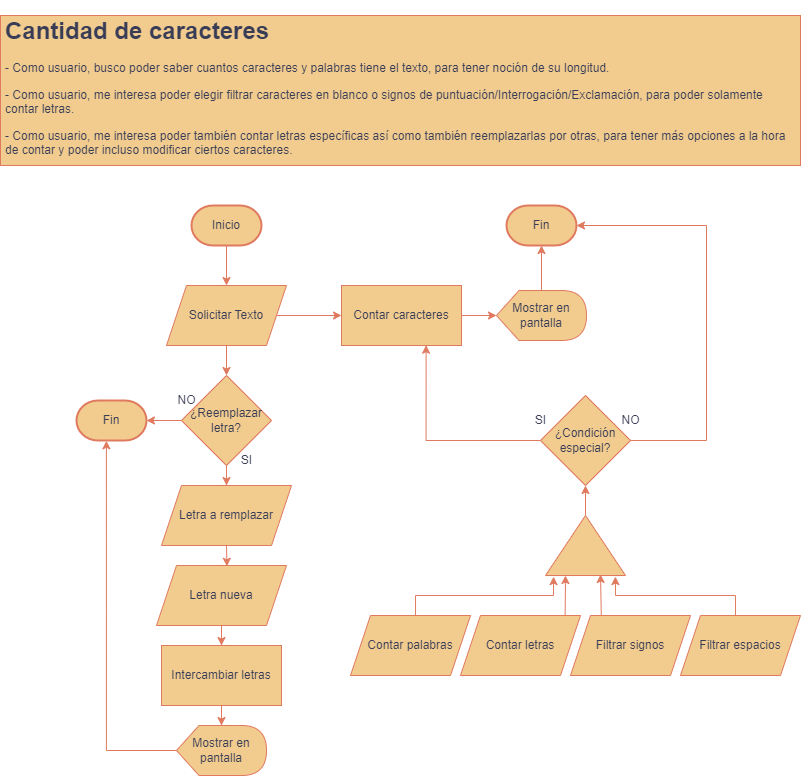
Alfacoy/Diagramas keeps this draw.io diagram as webtools/CantidadDeCaracteres.png. Above is the earlier version. Source tidied: cells renumbered, new cells last; positions are measured from the earlier drawing's top-left corner, leaving out a move shared by most shapes. Its diagram source:
```xml
<mxGraphModel background="#FFFFFF">
  <root>
    <mxCell id="0" />
    <mxCell id="1" parent="0" />
    <mxCell id="2" value="&lt;h1&gt;Cantidad de caracteres&lt;/h1&gt;&lt;p&gt;- Como usuario, busco poder saber cuantos caracteres y palabras tiene el texto, para tener noción de su longitud.&lt;/p&gt;&lt;p&gt;- Como usuario, me interesa poder elegir filtrar caracteres en blanco o signos de puntuación/Interrogación/Exclamación, para poder solamente contar letras.&lt;/p&gt;&lt;p&gt;- Como usuario, me interesa poder también contar letras específicas así como también reemplazarlas por otras, para tener más opciones a la hora de contar y poder incluso modificar ciertos caracteres.&lt;/p&gt;" style="text;html=1;strokeColor=#E07A5F;fillColor=#F2CC8F;spacing=5;spacingTop=-20;whiteSpace=wrap;overflow=hidden;rounded=0;align=left;verticalAlign=middle;fontStyle=0;fontFamily=Helvetica;labelBackgroundColor=none;fontColor=#393C56;" parent="1" vertex="1">
      <mxGeometry width="800" height="150" as="geometry" />
    </mxCell>
    <mxCell id="3" style="edgeStyle=orthogonalEdgeStyle;rounded=0;jettySize=auto;html=1;exitX=0.5;exitY=1;exitDx=0;exitDy=0;exitPerimeter=0;labelBackgroundColor=none;strokeColor=#E07A5F;fontColor=default;" parent="1" edge="1" source="4">
      <mxGeometry relative="1" as="geometry">
        <mxPoint x="226" y="270" as="targetPoint" />
      </mxGeometry>
    </mxCell>
    <mxCell id="4" value="Inicio" style="strokeWidth=2;html=1;shape=mxgraph.flowchart.terminator;whiteSpace=wrap;rounded=0;fillColor=#F2CC8F;labelBackgroundColor=none;strokeColor=#E07A5F;fontColor=#393C56;" parent="1" vertex="1">
      <mxGeometry x="191" y="190" width="70" height="40" as="geometry" />
    </mxCell>
    <mxCell id="5" style="edgeStyle=orthogonalEdgeStyle;rounded=0;jettySize=auto;html=1;labelBackgroundColor=none;strokeColor=#E07A5F;fontColor=default;" parent="1" edge="1" source="6" target="11">
      <mxGeometry relative="1" as="geometry" />
    </mxCell>
    <mxCell id="6" value="Contar caracteres" style="rounded=0;whiteSpace=wrap;html=1;fillColor=#F2CC8F;labelBackgroundColor=none;strokeColor=#E07A5F;fontColor=#393C56;" parent="1" vertex="1">
      <mxGeometry x="341" y="270" width="120" height="60" as="geometry" />
    </mxCell>
    <mxCell id="7" style="edgeStyle=orthogonalEdgeStyle;rounded=0;jettySize=auto;html=1;labelBackgroundColor=none;strokeColor=#E07A5F;fontColor=default;" parent="1" edge="1" source="9" target="6">
      <mxGeometry relative="1" as="geometry" />
    </mxCell>
    <mxCell id="8" style="edgeStyle=orthogonalEdgeStyle;rounded=0;jettySize=auto;html=1;strokeColor=#E07A5F;fontColor=#393C56;fillColor=#F2CC8F;" parent="1" edge="1" source="9" target="33">
      <mxGeometry relative="1" as="geometry" />
    </mxCell>
    <mxCell id="9" value="Solicitar Texto" style="shape=parallelogram;perimeter=parallelogramPerimeter;whiteSpace=wrap;html=1;fixedSize=1;rounded=0;fillColor=#F2CC8F;labelBackgroundColor=none;strokeColor=#E07A5F;fontColor=#393C56;" parent="1" vertex="1">
      <mxGeometry x="166" y="270" width="120" height="60" as="geometry" />
    </mxCell>
    <mxCell id="10" style="edgeStyle=orthogonalEdgeStyle;rounded=0;jettySize=auto;html=1;labelBackgroundColor=none;strokeColor=#E07A5F;fontColor=default;" parent="1" edge="1" source="11" target="12">
      <mxGeometry relative="1" as="geometry" />
    </mxCell>
    <mxCell id="11" value="Mostrar en pantalla" style="shape=display;whiteSpace=wrap;html=1;rounded=0;fillColor=#F2CC8F;labelBackgroundColor=none;strokeColor=#E07A5F;fontColor=#393C56;" parent="1" vertex="1">
      <mxGeometry x="496" y="275" width="90" height="50" as="geometry" />
    </mxCell>
    <mxCell id="12" value="Fin" style="strokeWidth=2;html=1;shape=mxgraph.flowchart.terminator;whiteSpace=wrap;rounded=0;fillColor=#F2CC8F;labelBackgroundColor=none;strokeColor=#E07A5F;fontColor=#393C56;" parent="1" vertex="1">
      <mxGeometry x="506" y="190" width="70" height="40" as="geometry" />
    </mxCell>
    <mxCell id="13" value="Contar palabras" style="shape=parallelogram;perimeter=parallelogramPerimeter;whiteSpace=wrap;html=1;fixedSize=1;rounded=0;fillColor=#F2CC8F;labelBackgroundColor=none;strokeColor=#E07A5F;fontColor=#393C56;" parent="1" vertex="1">
      <mxGeometry x="350" y="600" width="120" height="60" as="geometry" />
    </mxCell>
    <mxCell id="14" value="Filtrar signos" style="shape=parallelogram;perimeter=parallelogramPerimeter;whiteSpace=wrap;html=1;fixedSize=1;rounded=0;fillColor=#F2CC8F;labelBackgroundColor=none;strokeColor=#E07A5F;fontColor=#393C56;" parent="1" vertex="1">
      <mxGeometry x="570" y="600" width="120" height="60" as="geometry" />
    </mxCell>
    <mxCell id="15" value="Filtrar espacios" style="shape=parallelogram;perimeter=parallelogramPerimeter;whiteSpace=wrap;html=1;fixedSize=1;rounded=0;fillColor=#F2CC8F;labelBackgroundColor=none;strokeColor=#E07A5F;fontColor=#393C56;" parent="1" vertex="1">
      <mxGeometry x="680" y="600" width="120" height="60" as="geometry" />
    </mxCell>
    <mxCell id="16" value="Contar letras" style="shape=parallelogram;perimeter=parallelogramPerimeter;whiteSpace=wrap;html=1;fixedSize=1;rounded=0;fillColor=#F2CC8F;labelBackgroundColor=none;strokeColor=#E07A5F;fontColor=#393C56;" parent="1" vertex="1">
      <mxGeometry x="460" y="600" width="120" height="60" as="geometry" />
    </mxCell>
    <mxCell id="17" style="edgeStyle=orthogonalEdgeStyle;rounded=0;jettySize=auto;html=1;exitX=0.5;exitY=1;exitDx=0;exitDy=0;entryX=0.542;entryY=0.013;entryDx=0;entryDy=0;entryPerimeter=0;strokeColor=#E07A5F;fontColor=#393C56;fillColor=#F2CC8F;" parent="1" edge="1" source="18" target="41">
      <mxGeometry relative="1" as="geometry" />
    </mxCell>
    <mxCell id="18" value="Letra a remplazar" style="shape=parallelogram;perimeter=parallelogramPerimeter;whiteSpace=wrap;html=1;fixedSize=1;rounded=0;fillColor=#F2CC8F;labelBackgroundColor=none;strokeColor=#E07A5F;fontColor=#393C56;" parent="1" vertex="1">
      <mxGeometry x="161" y="470" width="130" height="60" as="geometry" />
    </mxCell>
    <mxCell id="19" value="Fin" style="strokeWidth=2;html=1;shape=mxgraph.flowchart.terminator;whiteSpace=wrap;rounded=0;fillColor=#F2CC8F;labelBackgroundColor=none;strokeColor=#E07A5F;fontColor=#393C56;" parent="1" vertex="1">
      <mxGeometry x="76" y="385" width="70" height="40" as="geometry" />
    </mxCell>
    <mxCell id="20" style="edgeStyle=orthogonalEdgeStyle;rounded=0;jettySize=auto;html=1;exitX=1;exitY=0.5;exitDx=0;exitDy=0;entryX=1;entryY=0.5;entryDx=0;entryDy=0;entryPerimeter=0;strokeColor=#E07A5F;fontColor=#393C56;fillColor=#F2CC8F;" parent="1" edge="1" source="22" target="12">
      <mxGeometry relative="1" as="geometry">
        <Array as="points">
          <mxPoint x="706" y="425" />
          <mxPoint x="706" y="210" />
        </Array>
      </mxGeometry>
    </mxCell>
    <mxCell id="21" style="edgeStyle=orthogonalEdgeStyle;rounded=0;jettySize=auto;html=1;exitX=0;exitY=0.5;exitDx=0;exitDy=0;entryX=0.705;entryY=0.995;entryDx=0;entryDy=0;entryPerimeter=0;strokeColor=#E07A5F;fontColor=#393C56;fillColor=#F2CC8F;" parent="1" edge="1" source="22" target="6">
      <mxGeometry relative="1" as="geometry" />
    </mxCell>
    <mxCell id="22" value="¿Condición especial?" style="rhombus;whiteSpace=wrap;html=1;labelBackgroundColor=none;fillColor=#F2CC8F;strokeColor=#E07A5F;fontColor=#393C56;" parent="1" vertex="1">
      <mxGeometry x="540" y="380" width="90" height="90" as="geometry" />
    </mxCell>
    <mxCell id="23" style="edgeStyle=orthogonalEdgeStyle;rounded=0;jettySize=auto;html=1;strokeColor=#E07A5F;fontColor=#393C56;fillColor=#F2CC8F;" parent="1" edge="1" source="24" target="22">
      <mxGeometry relative="1" as="geometry" />
    </mxCell>
    <mxCell id="24" style="triangle;whiteSpace=wrap;html=1;strokeColor=#E07A5F;fontColor=#393C56;fillColor=#F2CC8F;rotation=-90;" parent="1" vertex="1">
      <mxGeometry x="555" y="490" width="60" height="80" as="geometry" />
    </mxCell>
    <mxCell id="25" style="endArrow=classic;html=1;rounded=0;strokeColor=#E07A5F;fontColor=#393C56;fillColor=#F2CC8F;exitX=0.872;exitY=-0.004;exitDx=0;exitDy=0;exitPerimeter=0;entryX=0;entryY=0.25;entryDx=0;entryDy=0;" parent="1" edge="1" source="16" target="24">
      <mxGeometry relative="1" as="geometry" />
    </mxCell>
    <mxCell id="26" style="endArrow=classic;html=1;rounded=0;strokeColor=#E07A5F;fontColor=#393C56;fillColor=#F2CC8F;exitX=0.84;exitY=0.017;exitDx=0;exitDy=0;exitPerimeter=0;" parent="1" edge="1">
      <mxGeometry relative="1" as="geometry">
        <mxPoint x="600.8" y="600" as="sourcePoint" />
        <mxPoint x="600" y="559" as="targetPoint" />
      </mxGeometry>
    </mxCell>
    <mxCell id="27" style="endArrow=classic;html=1;rounded=0;strokeColor=#E07A5F;fontColor=#393C56;fillColor=#F2CC8F;exitX=0.542;exitY=0;exitDx=0;exitDy=0;exitPerimeter=0;entryX=-0.018;entryY=0.101;entryDx=0;entryDy=0;entryPerimeter=0;" parent="1" edge="1" source="13" target="24">
      <mxGeometry relative="1" as="geometry">
        <Array as="points">
          <mxPoint x="415" y="580" />
          <mxPoint x="553" y="580" />
        </Array>
      </mxGeometry>
    </mxCell>
    <mxCell id="28" style="endArrow=classic;html=1;rounded=0;strokeColor=#E07A5F;fontColor=#393C56;fillColor=#F2CC8F;entryX=-0.018;entryY=0.874;entryDx=0;entryDy=0;entryPerimeter=0;exitX=0.458;exitY=0;exitDx=0;exitDy=0;exitPerimeter=0;" parent="1" edge="1" source="15" target="24">
      <mxGeometry relative="1" as="geometry">
        <Array as="points">
          <mxPoint x="735" y="580" />
          <mxPoint x="615" y="580" />
        </Array>
      </mxGeometry>
    </mxCell>
    <mxCell id="29" value="SI" style="text;html=1;align=center;verticalAlign=middle;strokeColor=none;fillColor=none;fontColor=#393C56;" parent="1" vertex="1">
      <mxGeometry x="525" y="390" width="30" height="30" as="geometry" />
    </mxCell>
    <mxCell id="30" value="NO" style="text;html=1;align=center;verticalAlign=middle;strokeColor=none;fillColor=none;fontColor=#393C56;" parent="1" vertex="1">
      <mxGeometry x="610" y="390" width="40" height="30" as="geometry" />
    </mxCell>
    <mxCell id="31" style="edgeStyle=orthogonalEdgeStyle;rounded=0;jettySize=auto;html=1;strokeColor=#E07A5F;fontColor=#393C56;fillColor=#F2CC8F;" parent="1" edge="1" source="33" target="19">
      <mxGeometry relative="1" as="geometry" />
    </mxCell>
    <mxCell id="32" style="edgeStyle=orthogonalEdgeStyle;rounded=0;jettySize=auto;html=1;strokeColor=#E07A5F;fontColor=#393C56;fillColor=#F2CC8F;" parent="1" edge="1" source="33" target="18">
      <mxGeometry relative="1" as="geometry" />
    </mxCell>
    <mxCell id="33" value="¿Reemplazar letra?" style="rhombus;whiteSpace=wrap;html=1;strokeColor=#E07A5F;fontColor=#393C56;fillColor=#F2CC8F;" parent="1" vertex="1">
      <mxGeometry x="181" y="360" width="90" height="90" as="geometry" />
    </mxCell>
    <mxCell id="34" value="NO" style="text;html=1;align=center;verticalAlign=middle;strokeColor=none;fillColor=none;fontColor=#393C56;" parent="1" vertex="1">
      <mxGeometry x="166" y="370" width="40" height="30" as="geometry" />
    </mxCell>
    <mxCell id="35" value="SI" style="text;html=1;align=center;verticalAlign=middle;strokeColor=none;fillColor=none;fontColor=#393C56;" parent="1" vertex="1">
      <mxGeometry x="231" y="430" width="30" height="30" as="geometry" />
    </mxCell>
    <mxCell id="36" style="edgeStyle=orthogonalEdgeStyle;rounded=0;jettySize=auto;html=1;strokeColor=#E07A5F;fontColor=#393C56;fillColor=#F2CC8F;" parent="1" edge="1" source="37" target="39">
      <mxGeometry relative="1" as="geometry" />
    </mxCell>
    <mxCell id="37" value="Intercambiar letras" style="rounded=0;whiteSpace=wrap;html=1;fillColor=#F2CC8F;labelBackgroundColor=none;strokeColor=#E07A5F;fontColor=#393C56;" parent="1" vertex="1">
      <mxGeometry x="161" y="630" width="120" height="60" as="geometry" />
    </mxCell>
    <mxCell id="38" style="edgeStyle=orthogonalEdgeStyle;rounded=0;jettySize=auto;html=1;exitX=0;exitY=0.5;exitDx=0;exitDy=0;exitPerimeter=0;entryX=0.427;entryY=1.007;entryDx=0;entryDy=0;entryPerimeter=0;strokeColor=#E07A5F;fontColor=#393C56;fillColor=#F2CC8F;" parent="1" edge="1" source="39" target="19">
      <mxGeometry relative="1" as="geometry" />
    </mxCell>
    <mxCell id="39" value="Mostrar en pantalla" style="shape=display;whiteSpace=wrap;html=1;rounded=0;fillColor=#F2CC8F;labelBackgroundColor=none;strokeColor=#E07A5F;fontColor=#393C56;" parent="1" vertex="1">
      <mxGeometry x="176" y="710" width="90" height="50" as="geometry" />
    </mxCell>
    <mxCell id="40" style="edgeStyle=orthogonalEdgeStyle;rounded=0;jettySize=auto;html=1;strokeColor=#E07A5F;fontColor=#393C56;fillColor=#F2CC8F;" parent="1" edge="1" source="41" target="37">
      <mxGeometry relative="1" as="geometry" />
    </mxCell>
    <mxCell id="41" value="Letra nueva" style="shape=parallelogram;perimeter=parallelogramPerimeter;whiteSpace=wrap;html=1;fixedSize=1;rounded=0;fillColor=#F2CC8F;labelBackgroundColor=none;strokeColor=#E07A5F;fontColor=#393C56;" parent="1" vertex="1">
      <mxGeometry x="156" y="550" width="130" height="60" as="geometry" />
    </mxCell>
  </root>
</mxGraphModel>
```
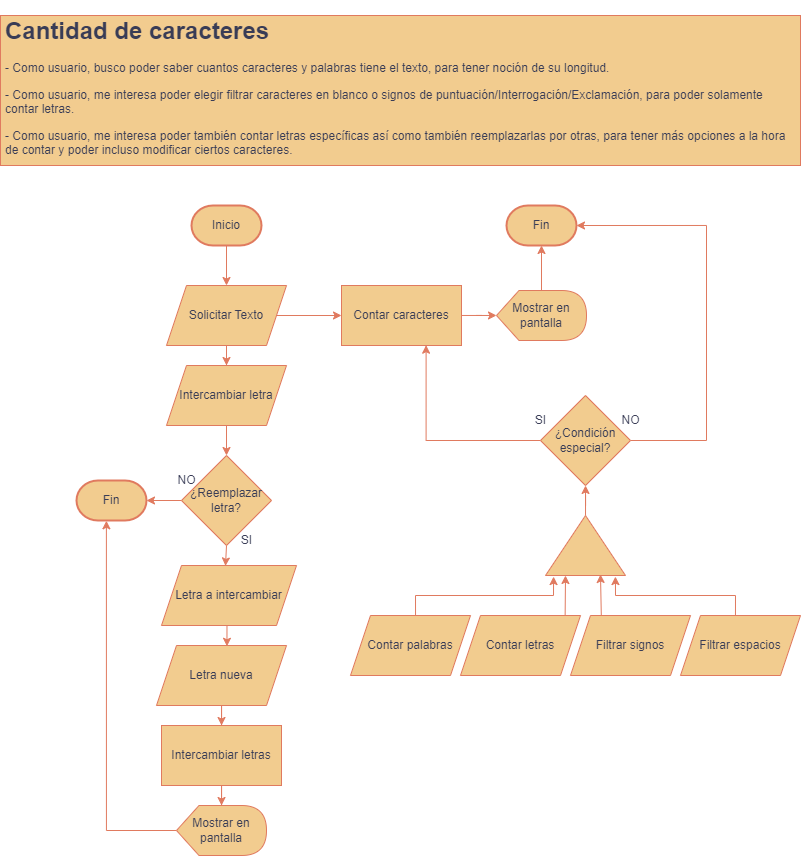
After the commit.

Change to the diagram source:
```diff
@@ -22,9 +22,9 @@
     <mxCell id="7" style="edgeStyle=orthogonalEdgeStyle;rounded=0;jettySize=auto;html=1;labelBackgroundColor=none;strokeColor=#E07A5F;fontColor=default;" parent="1" edge="1" source="9" target="6">
       <mxGeometry relative="1" as="geometry" />
     </mxCell>
-    <mxCell id="8" style="edgeStyle=orthogonalEdgeStyle;rounded=0;jettySize=auto;html=1;strokeColor=#E07A5F;fontColor=#393C56;fillColor=#F2CC8F;" parent="1" edge="1" source="9" target="33">
-      <mxGeometry relative="1" as="geometry" />
-    </mxCell>
+    <mxCell id="42" style="edgeStyle=orthogonalEdgeStyle;rounded=0;jettySize=auto;html=1;strokeColor=#E07A5F;fontColor=#393C56;fillColor=#F2CC8F;" parent="1" edge="1" source="9" target="44">
+      <mxGeometry relative="1" as="geometry" />
+    </mxCell>
     <mxCell id="9" value="Solicitar Texto" style="shape=parallelogram;perimeter=parallelogramPerimeter;whiteSpace=wrap;html=1;fixedSize=1;rounded=0;fillColor=#F2CC8F;labelBackgroundColor=none;strokeColor=#E07A5F;fontColor=#393C56;" parent="1" vertex="1">
       <mxGeometry x="166" y="270" width="120" height="60" as="geometry" />
     </mxCell>
@@ -52,11 +52,11 @@
     <mxCell id="17" style="edgeStyle=orthogonalEdgeStyle;rounded=0;jettySize=auto;html=1;exitX=0.5;exitY=1;exitDx=0;exitDy=0;entryX=0.542;entryY=0.013;entryDx=0;entryDy=0;entryPerimeter=0;strokeColor=#E07A5F;fontColor=#393C56;fillColor=#F2CC8F;" parent="1" edge="1" source="18" target="41">
       <mxGeometry relative="1" as="geometry" />
     </mxCell>
-    <mxCell id="18" value="Letra a remplazar" style="shape=parallelogram;perimeter=parallelogramPerimeter;whiteSpace=wrap;html=1;fixedSize=1;rounded=0;fillColor=#F2CC8F;labelBackgroundColor=none;strokeColor=#E07A5F;fontColor=#393C56;" parent="1" vertex="1">
-      <mxGeometry x="161" y="470" width="130" height="60" as="geometry" />
+    <mxCell id="18" value="Letra a intercambiar" style="shape=parallelogram;perimeter=parallelogramPerimeter;whiteSpace=wrap;html=1;fixedSize=1;rounded=0;fillColor=#F2CC8F;labelBackgroundColor=none;strokeColor=#E07A5F;fontColor=#393C56;" parent="1" vertex="1">
+      <mxGeometry x="161" y="550" width="135" height="60" as="geometry" />
     </mxCell>
     <mxCell id="19" value="Fin" style="strokeWidth=2;html=1;shape=mxgraph.flowchart.terminator;whiteSpace=wrap;rounded=0;fillColor=#F2CC8F;labelBackgroundColor=none;strokeColor=#E07A5F;fontColor=#393C56;" parent="1" vertex="1">
-      <mxGeometry x="76" y="385" width="70" height="40" as="geometry" />
+      <mxGeometry x="76" y="465" width="70" height="40" as="geometry" />
     </mxCell>
     <mxCell id="20" style="edgeStyle=orthogonalEdgeStyle;rounded=0;jettySize=auto;html=1;exitX=1;exitY=0.5;exitDx=0;exitDy=0;entryX=1;entryY=0.5;entryDx=0;entryDy=0;entryPerimeter=0;strokeColor=#E07A5F;fontColor=#393C56;fillColor=#F2CC8F;" parent="1" edge="1" source="22" target="12">
       <mxGeometry relative="1" as="geometry">
@@ -112,35 +112,41 @@
     <mxCell id="31" style="edgeStyle=orthogonalEdgeStyle;rounded=0;jettySize=auto;html=1;strokeColor=#E07A5F;fontColor=#393C56;fillColor=#F2CC8F;" parent="1" edge="1" source="33" target="19">
       <mxGeometry relative="1" as="geometry" />
     </mxCell>
-    <mxCell id="32" style="edgeStyle=orthogonalEdgeStyle;rounded=0;jettySize=auto;html=1;strokeColor=#E07A5F;fontColor=#393C56;fillColor=#F2CC8F;" parent="1" edge="1" source="33" target="18">
+    <mxCell id="32" style="edgeStyle=orthogonalEdgeStyle;rounded=0;jettySize=auto;html=1;exitX=0.5;exitY=1;exitDx=0;exitDy=0;entryX=0.474;entryY=0.007;entryDx=0;entryDy=0;entryPerimeter=0;strokeColor=#E07A5F;fontColor=#393C56;fillColor=#F2CC8F;" parent="1" edge="1" source="33" target="18">
       <mxGeometry relative="1" as="geometry" />
     </mxCell>
     <mxCell id="33" value="¿Reemplazar letra?" style="rhombus;whiteSpace=wrap;html=1;strokeColor=#E07A5F;fontColor=#393C56;fillColor=#F2CC8F;" parent="1" vertex="1">
-      <mxGeometry x="181" y="360" width="90" height="90" as="geometry" />
+      <mxGeometry x="181" y="440" width="90" height="90" as="geometry" />
     </mxCell>
     <mxCell id="34" value="NO" style="text;html=1;align=center;verticalAlign=middle;strokeColor=none;fillColor=none;fontColor=#393C56;" parent="1" vertex="1">
-      <mxGeometry x="166" y="370" width="40" height="30" as="geometry" />
+      <mxGeometry x="166" y="450" width="40" height="30" as="geometry" />
     </mxCell>
     <mxCell id="35" value="SI" style="text;html=1;align=center;verticalAlign=middle;strokeColor=none;fillColor=none;fontColor=#393C56;" parent="1" vertex="1">
-      <mxGeometry x="231" y="430" width="30" height="30" as="geometry" />
+      <mxGeometry x="231" y="510" width="30" height="30" as="geometry" />
     </mxCell>
     <mxCell id="36" style="edgeStyle=orthogonalEdgeStyle;rounded=0;jettySize=auto;html=1;strokeColor=#E07A5F;fontColor=#393C56;fillColor=#F2CC8F;" parent="1" edge="1" source="37" target="39">
       <mxGeometry relative="1" as="geometry" />
     </mxCell>
     <mxCell id="37" value="Intercambiar letras" style="rounded=0;whiteSpace=wrap;html=1;fillColor=#F2CC8F;labelBackgroundColor=none;strokeColor=#E07A5F;fontColor=#393C56;" parent="1" vertex="1">
-      <mxGeometry x="161" y="630" width="120" height="60" as="geometry" />
+      <mxGeometry x="161" y="710" width="120" height="60" as="geometry" />
     </mxCell>
     <mxCell id="38" style="edgeStyle=orthogonalEdgeStyle;rounded=0;jettySize=auto;html=1;exitX=0;exitY=0.5;exitDx=0;exitDy=0;exitPerimeter=0;entryX=0.427;entryY=1.007;entryDx=0;entryDy=0;entryPerimeter=0;strokeColor=#E07A5F;fontColor=#393C56;fillColor=#F2CC8F;" parent="1" edge="1" source="39" target="19">
       <mxGeometry relative="1" as="geometry" />
     </mxCell>
     <mxCell id="39" value="Mostrar en pantalla" style="shape=display;whiteSpace=wrap;html=1;rounded=0;fillColor=#F2CC8F;labelBackgroundColor=none;strokeColor=#E07A5F;fontColor=#393C56;" parent="1" vertex="1">
-      <mxGeometry x="176" y="710" width="90" height="50" as="geometry" />
+      <mxGeometry x="176" y="790" width="90" height="50" as="geometry" />
     </mxCell>
     <mxCell id="40" style="edgeStyle=orthogonalEdgeStyle;rounded=0;jettySize=auto;html=1;strokeColor=#E07A5F;fontColor=#393C56;fillColor=#F2CC8F;" parent="1" edge="1" source="41" target="37">
       <mxGeometry relative="1" as="geometry" />
     </mxCell>
     <mxCell id="41" value="Letra nueva" style="shape=parallelogram;perimeter=parallelogramPerimeter;whiteSpace=wrap;html=1;fixedSize=1;rounded=0;fillColor=#F2CC8F;labelBackgroundColor=none;strokeColor=#E07A5F;fontColor=#393C56;" parent="1" vertex="1">
-      <mxGeometry x="156" y="550" width="130" height="60" as="geometry" />
+      <mxGeometry x="156" y="630" width="130" height="60" as="geometry" />
     </mxCell>
+    <mxCell id="43" style="edgeStyle=orthogonalEdgeStyle;rounded=0;jettySize=auto;html=1;exitX=0.5;exitY=1;exitDx=0;exitDy=0;entryX=0.5;entryY=0;entryDx=0;entryDy=0;strokeColor=#E07A5F;fontColor=#393C56;fillColor=#F2CC8F;" parent="1" edge="1" source="44" target="33">
+      <mxGeometry relative="1" as="geometry" />
+    </mxCell>
+    <mxCell id="44" value="Intercambiar letra" style="shape=parallelogram;perimeter=parallelogramPerimeter;whiteSpace=wrap;html=1;fixedSize=1;rounded=0;fillColor=#F2CC8F;labelBackgroundColor=none;strokeColor=#E07A5F;fontColor=#393C56;" parent="1" vertex="1">
+      <mxGeometry x="166" y="350" width="120" height="60" as="geometry" />
+    </mxCell>
   </root>
 </mxGraphModel>
```
